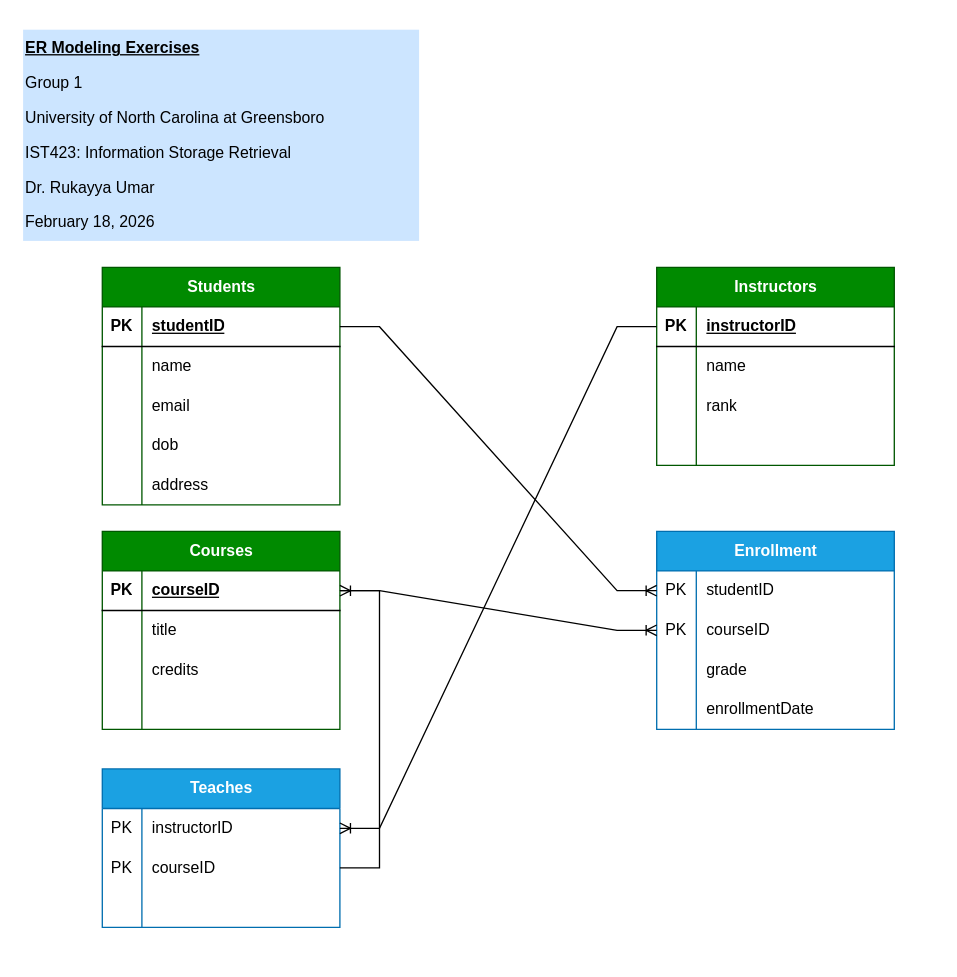
The draw.io diagram ClassExerciseWk6.drawio in bmontessua/general, before the edit. Source tidied: cells renumbered, new cells numbered last; positions are measured from the earlier drawing's top-left corner, leaving out a move shared by most shapes. Both pictures are drawn from the tidied source at 132%, with x=0, y=0 at pixel (22, 29).
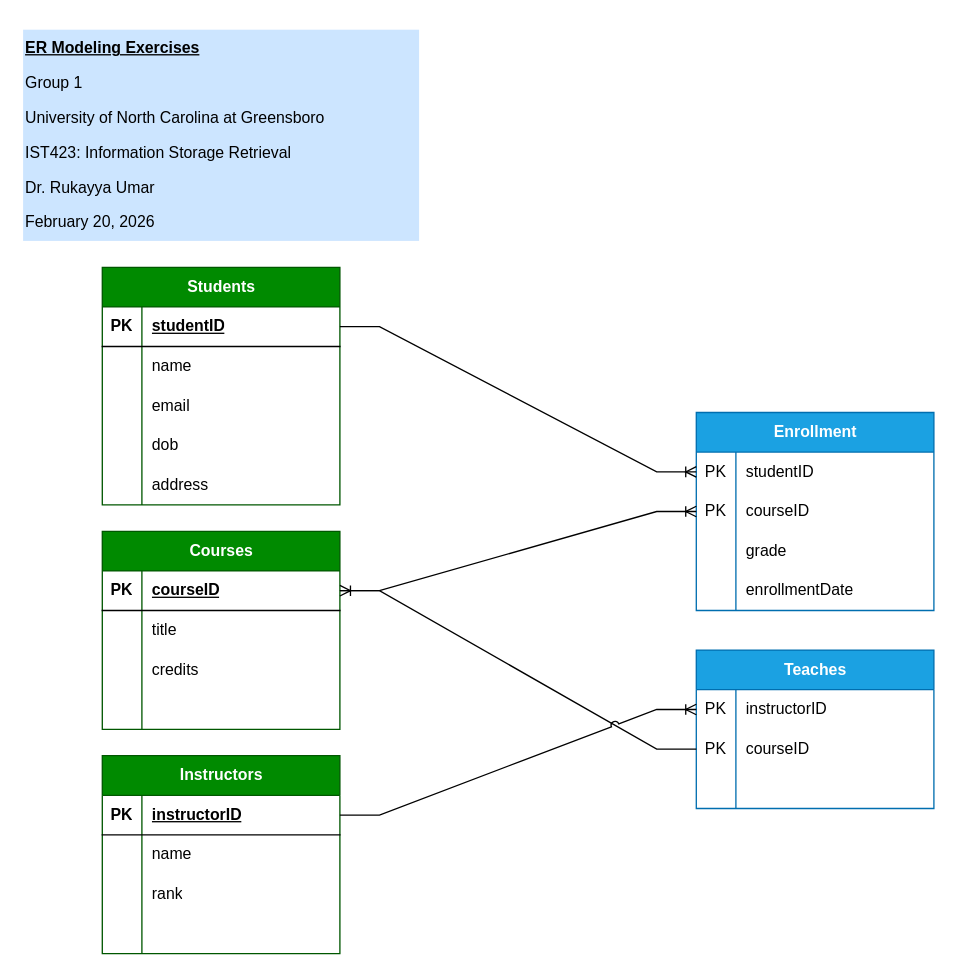
Above is the later version.

Commit message:
fixing up the visual representation of RM

Unchanged cells that the change refers to:
```xml
<mxCell id="3" style="shape=tableRow;horizontal=0;startSize=0;swimlaneHead=0;swimlaneBody=0;fillColor=none;points=[[0,0.5],[1,0.5]];portConstraint=eastwest;top=0;left=0;right=0;bottom=1;" parent="2" vertex="1">
  <mxGeometry y="30" width="180" height="30" as="geometry" />
</mxCell>
<mxCell id="19" style="shape=tableRow;horizontal=0;startSize=0;swimlaneHead=0;swimlaneBody=0;fillColor=none;points=[[0,0.5],[1,0.5]];portConstraint=eastwest;top=0;left=0;right=0;bottom=1;" parent="18" vertex="1">
  <mxGeometry y="30" width="180" height="30" as="geometry" />
</mxCell>
<mxCell id="32" style="shape=tableRow;horizontal=0;startSize=0;swimlaneHead=0;swimlaneBody=0;fillColor=none;points=[[0,0.5],[1,0.5]];portConstraint=eastwest;top=0;left=0;right=0;bottom=1;" parent="31" vertex="1">
  <mxGeometry y="30" width="180" height="30" as="geometry" />
</mxCell>
<mxCell id="45" style="shape=tableRow;horizontal=0;startSize=0;swimlaneHead=0;swimlaneBody=0;fillColor=none;points=[[0,0.5],[1,0.5]];portConstraint=eastwest;top=0;left=0;right=0;bottom=0;" parent="44" vertex="1">
  <mxGeometry y="30" width="180" height="30" as="geometry" />
</mxCell>
<mxCell id="48" style="shape=tableRow;horizontal=0;startSize=0;swimlaneHead=0;swimlaneBody=0;fillColor=none;points=[[0,0.5],[1,0.5]];portConstraint=eastwest;top=0;left=0;right=0;bottom=0;" parent="44" vertex="1">
  <mxGeometry y="60" width="180" height="30" as="geometry" />
</mxCell>
<mxCell id="59" style="shape=tableRow;horizontal=0;startSize=0;swimlaneHead=0;swimlaneBody=0;fillColor=none;points=[[0,0.5],[1,0.5]];portConstraint=eastwest;top=0;left=0;right=0;bottom=0;" parent="58" vertex="1">
  <mxGeometry y="30" width="180" height="30" as="geometry" />
</mxCell>
<mxCell id="62" style="shape=tableRow;horizontal=0;startSize=0;swimlaneHead=0;swimlaneBody=0;fillColor=none;points=[[0,0.5],[1,0.5]];portConstraint=eastwest;top=0;left=0;right=0;bottom=0;" parent="58" vertex="1">
  <mxGeometry y="60" width="180" height="30" as="geometry" />
</mxCell>
```

What changed in the source:
```diff
@@
     <mxCell id="31" value="Instructors" style="shape=table;startSize=30;childLayout=tableLayout;rowLines=0;fontStyle=1;align=center;html=1;fillColor=#008a00;fontColor=#ffffff;strokeColor=#005700;" parent="1" vertex="1">
-      <mxGeometry x="480" y="180" width="180" height="150" as="geometry" />
+      <mxGeometry x="60" y="550" width="180" height="150" as="geometry" />
     </mxCell>
@@
     <mxCell id="44" value="Enrollment" style="shape=table;startSize=30;childLayout=tableLayout;rowLines=0;fontStyle=1;align=center;html=1;fillColor=#1ba1e2;fontColor=#ffffff;strokeColor=#006EAF;" parent="1" vertex="1">
-      <mxGeometry x="480" y="380" width="180" height="150" as="geometry" />
+      <mxGeometry x="510" y="290" width="180" height="150" as="geometry" />
     </mxCell>
@@
-    <mxCell id="57" value="&lt;p class=&quot;MsoNormal&quot;&gt;&lt;b&gt;&lt;u&gt;ER Modeling Exercises&lt;/u&gt;&lt;/b&gt;&lt;/p&gt;&lt;p class=&quot;MsoNormal&quot;&gt;&lt;span style=&quot;background-color: transparent; color: light-dark(rgb(0, 0, 0), rgb(255, 255, 255));&quot;&gt;Group 1&lt;/span&gt;&lt;/p&gt;&lt;p class=&quot;MsoNormal&quot;&gt;University of North Carolina at Greensboro&lt;/p&gt;&lt;p class=&quot;MsoNormal&quot;&gt;IST423: Information Storage Retrieval&lt;/p&gt;&lt;p class=&quot;MsoNormal&quot;&gt;Dr. Rukayya Umar&lt;/p&gt;&lt;p class=&quot;MsoNormal&quot;&gt;February 18, 2026&lt;/p&gt;" style="text;html=1;whiteSpace=wrap;strokeColor=none;fillColor=#CCE5FF;align=left;verticalAlign=middle;rounded=0;" parent="1" vertex="1">
+    <mxCell id="57" value="&lt;p class=&quot;MsoNormal&quot;&gt;&lt;b&gt;&lt;u&gt;ER Modeling Exercises&lt;/u&gt;&lt;/b&gt;&lt;/p&gt;&lt;p class=&quot;MsoNormal&quot;&gt;&lt;span style=&quot;background-color: transparent; color: light-dark(rgb(0, 0, 0), rgb(255, 255, 255));&quot;&gt;Group 1&lt;/span&gt;&lt;/p&gt;&lt;p class=&quot;MsoNormal&quot;&gt;University of North Carolina at Greensboro&lt;/p&gt;&lt;p class=&quot;MsoNormal&quot;&gt;IST423: Information Storage Retrieval&lt;/p&gt;&lt;p class=&quot;MsoNormal&quot;&gt;Dr. Rukayya Umar&lt;/p&gt;&lt;p class=&quot;MsoNormal&quot;&gt;February 20, 2026&lt;/p&gt;" style="text;html=1;whiteSpace=wrap;strokeColor=none;fillColor=#CCE5FF;align=left;verticalAlign=middle;rounded=0;" parent="1" vertex="1">
       <mxGeometry width="300" height="160" as="geometry" />
     </mxCell>
     <mxCell id="58" value="&lt;div&gt;Teaches&lt;/div&gt;" style="shape=table;startSize=30;childLayout=tableLayout;rowLines=0;fontStyle=1;align=center;html=1;fillColor=#1ba1e2;fontColor=#ffffff;strokeColor=#006EAF;" parent="1" vertex="1">
-      <mxGeometry x="60" y="560" width="180" height="120" as="geometry" />
+      <mxGeometry x="510" y="470" width="180" height="120" as="geometry" />
     </mxCell>
@@
-    <mxCell id="68" style="edgeStyle=entityRelationEdgeStyle;fontSize=12;html=1;endArrow=ERoneToMany;rounded=0;exitX=1;exitY=0.5;exitDx=0;exitDy=0;entryX=0;entryY=0.5;entryDx=0;entryDy=0;" parent="1" edge="1" source="3" target="45">
+    <mxCell id="68" style="edgeStyle=entityRelationEdgeStyle;fontSize=12;html=1;endArrow=ERoneToMany;rounded=0;exitX=1;exitY=0.5;exitDx=0;exitDy=0;entryX=0;entryY=0.5;entryDx=0;entryDy=0;jumpStyle=arc;" parent="1" edge="1" source="3" target="45">
       <mxGeometry relative="1" as="geometry" />
     </mxCell>
-    <mxCell id="69" style="edgeStyle=entityRelationEdgeStyle;fontSize=12;html=1;endArrow=ERoneToMany;rounded=0;exitX=1;exitY=0.5;exitDx=0;exitDy=0;entryX=0;entryY=0.5;entryDx=0;entryDy=0;" parent="1" edge="1" source="19" target="48">
+    <mxCell id="69" style="edgeStyle=entityRelationEdgeStyle;fontSize=12;html=1;endArrow=ERoneToMany;rounded=0;exitX=1;exitY=0.5;exitDx=0;exitDy=0;entryX=0;entryY=0.5;entryDx=0;entryDy=0;jumpStyle=arc;" parent="1" edge="1" source="19" target="48">
       <mxGeometry relative="1" as="geometry" />
     </mxCell>
-    <mxCell id="70" style="edgeStyle=entityRelationEdgeStyle;fontSize=12;html=1;endArrow=ERoneToMany;rounded=0;exitX=1;exitY=0.5;exitDx=0;exitDy=0;entryX=1;entryY=0.5;entryDx=0;entryDy=0;" parent="1" edge="1" source="62" target="19">
+    <mxCell id="70" style="edgeStyle=entityRelationEdgeStyle;fontSize=12;html=1;endArrow=ERoneToMany;rounded=0;exitX=0;exitY=0.5;exitDx=0;exitDy=0;entryX=1;entryY=0.5;entryDx=0;entryDy=0;jumpStyle=arc;" parent="1" edge="1" source="62" target="19">
       <mxGeometry relative="1" as="geometry" />
     </mxCell>
-    <mxCell id="71" style="edgeStyle=entityRelationEdgeStyle;fontSize=12;html=1;endArrow=ERoneToMany;rounded=0;exitX=0;exitY=0.5;exitDx=0;exitDy=0;entryX=1;entryY=0.5;entryDx=0;entryDy=0;" parent="1" edge="1" source="32" target="59">
+    <mxCell id="71" style="edgeStyle=entityRelationEdgeStyle;fontSize=12;html=1;endArrow=ERoneToMany;rounded=0;exitX=1;exitY=0.5;exitDx=0;exitDy=0;entryX=0;entryY=0.5;entryDx=0;entryDy=0;jumpStyle=arc;" parent="1" edge="1" source="32" target="59">
       <mxGeometry relative="1" as="geometry" />
     </mxCell>
```
